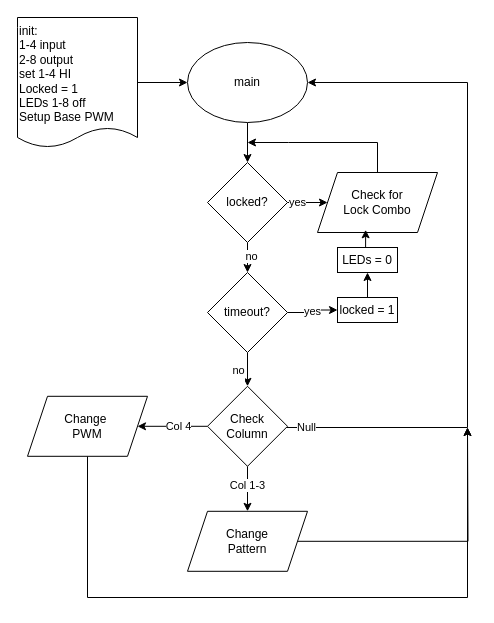
Earlier version of the draw.io diagram docs/planning/main_flowchart.drawio (msu-eele-465/project3-alex_aaron). Source tidied: cells renumbered, new cells numbered last; positions are measured from the earlier drawing's top-left corner, leaving out a move shared by most shapes. Both pictures are drawn from the tidied source at 100%, with x=0, y=0 at pixel (17, 17).
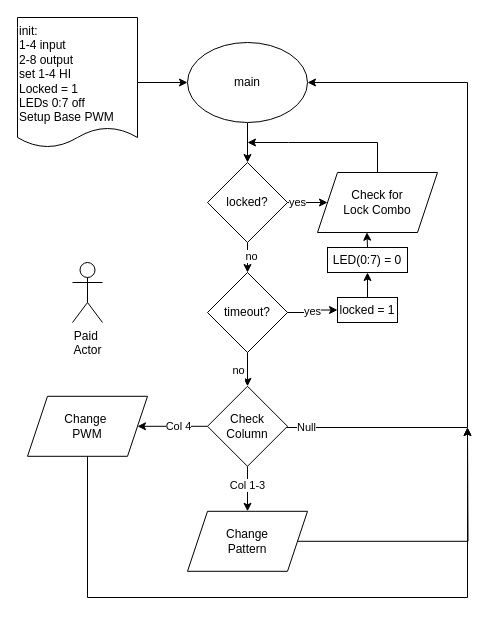
The same page after the edit.

Commit message (it also covers changes not shown here):
psudo coded main.c

Unchanged cells that the change refers to:
```xml
<mxCell id="15" value="&lt;div&gt;Check for&lt;/div&gt;&lt;div&gt;Lock Combo&lt;/div&gt;" style="shape=parallelogram;perimeter=parallelogramPerimeter;whiteSpace=wrap;html=1;fixedSize=1;" parent="1" vertex="1">
  <mxGeometry x="300" y="155" width="120" height="60" as="geometry" />
</mxCell>
```

The edit, as a diff of the source:
```diff
@@
-    <mxCell id="5" value="init:&lt;div&gt;1-4 input&lt;/div&gt;&lt;div&gt;2-8 output&lt;/div&gt;&lt;div&gt;set 1-4 HI&lt;/div&gt;&lt;div&gt;Locked = 1&lt;/div&gt;&lt;div&gt;LEDs 1-8 off&lt;/div&gt;&lt;div&gt;Setup Base PWM&lt;/div&gt;" style="shape=document;whiteSpace=wrap;html=1;boundedLbl=1;verticalAlign=top;align=left;size=0.15384615384615385;" parent="1" vertex="1">
+    <mxCell id="5" value="init:&lt;div&gt;1-4 input&lt;/div&gt;&lt;div&gt;2-8 output&lt;/div&gt;&lt;div&gt;set 1-4 HI&lt;/div&gt;&lt;div&gt;Locked = 1&lt;/div&gt;&lt;div&gt;LEDs 0:7 off&lt;/div&gt;&lt;div&gt;Setup Base PWM&lt;/div&gt;" style="shape=document;whiteSpace=wrap;html=1;boundedLbl=1;verticalAlign=top;align=left;size=0.15384615384615385;" parent="1" vertex="1">
       <mxGeometry width="120" height="130" as="geometry" />
     </mxCell>
@@
-    <mxCell id="29" value="LEDs = 0" style="rounded=0;whiteSpace=wrap;html=1;" parent="1" vertex="1">
-      <mxGeometry x="320" y="230" width="60" height="25" as="geometry" />
+    <mxCell id="29" value="LED(0:7) = 0" style="rounded=0;whiteSpace=wrap;html=1;" parent="1" vertex="1">
+      <mxGeometry x="310" y="230" width="80" height="25" as="geometry" />
     </mxCell>
+    <mxCell id="31" value="Paid&amp;nbsp;&lt;div&gt;Actor&lt;/div&gt;" style="shape=umlActor;verticalLabelPosition=bottom;verticalAlign=top;html=1;" parent="1" vertex="1">
+      <mxGeometry x="55" y="245" width="30" height="60" as="geometry" />
+    </mxCell>
-    <mxCell id="30" style="edgeStyle=orthogonalEdgeStyle;rounded=0;jettySize=auto;html=1;exitX=0.5;exitY=0;exitDx=0;exitDy=0;entryX=0.401;entryY=0.955;entryDx=0;entryDy=0;entryPerimeter=0;" parent="1" edge="1" source="29" target="15">
+    <mxCell id="30" style="edgeStyle=orthogonalEdgeStyle;rounded=0;jettySize=auto;html=1;exitX=0.5;exitY=0;exitDx=0;exitDy=0;entryX=0.412;entryY=0.996;entryDx=0;entryDy=0;entryPerimeter=0;" parent="1" edge="1" source="29" target="15">
       <mxGeometry relative="1" as="geometry" />
     </mxCell>
```
